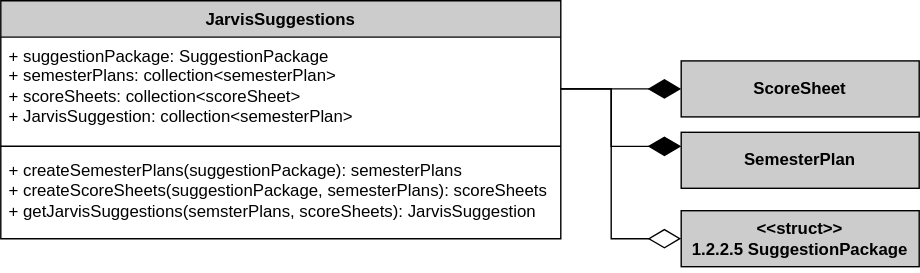
Above: Logic/TeamTwoFiles/JarvisSuggestClass.drawio.svg in MckennahPalmer/CSE430 (draw.io), before the change. Source tidied: cells renumbered, new cells last; positions are measured from the earlier drawing's top-left corner, leaving out a move shared by most shapes.
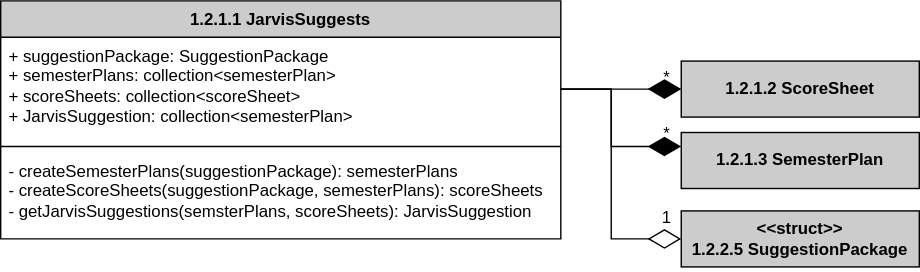
The same diagram one commit later.

Commit message:
Respond to Class Diagram feedback

Diff of the diagram source:
```diff
@@ -2,7 +2,7 @@
   <root>
     <mxCell id="0" />
     <mxCell id="1" parent="0" />
-    <mxCell id="2" value="JarvisSuggestions" style="swimlane;fontStyle=1;align=center;verticalAlign=top;horizontal=1;startSize=26;whiteSpace=wrap;html=1;fillColor=#CCCCCC;" parent="1" vertex="1">
+    <mxCell id="2" value="1.2.1.1 JarvisSuggests" style="swimlane;fontStyle=1;align=center;verticalAlign=top;horizontal=1;startSize=26;whiteSpace=wrap;html=1;fillColor=#CCCCCC;" parent="1" vertex="1">
       <mxGeometry width="400" height="170" as="geometry" />
     </mxCell>
     <mxCell id="3" value="&lt;div&gt;+ suggestionPackage: SuggestionPackage&lt;/div&gt;&lt;div&gt;+ semesterPlans: collection&amp;lt;semesterPlan&amp;gt;&lt;/div&gt;+ scoreSheets: collection&amp;lt;scoreSheet&amp;gt;&lt;div&gt;+ JarvisSuggestion: collection&amp;lt;semesterPlan&amp;gt;&lt;/div&gt;" style="text;strokeColor=none;fillColor=none;align=left;verticalAlign=top;spacingLeft=4;spacingRight=4;overflow=hidden;points=[[0,0.5],[1,0.5]];portConstraint=eastwest;whiteSpace=wrap;html=1;" parent="2" vertex="1">
@@ -11,7 +11,7 @@
     <mxCell id="4" style="line;strokeWidth=1;fillColor=none;align=left;verticalAlign=middle;spacingTop=-1;spacingLeft=3;spacingRight=3;labelPosition=right;strokeColor=inherit;" parent="2" vertex="1">
       <mxGeometry y="100" width="400" height="8" as="geometry" />
     </mxCell>
-    <mxCell id="5" value="&lt;div&gt;+ createSemesterPlans(suggestionPackage): semesterPlans&lt;/div&gt;&lt;div&gt;+ createScoreSheets(&lt;span style=&quot;background-color: initial;&quot;&gt;suggestionPackage, semesterPlans): scoreSheets&amp;nbsp;&lt;/span&gt;&lt;/div&gt;&lt;div&gt;&lt;span style=&quot;background-color: initial;&quot;&gt;+ getJarvisSuggestions(semsterPlans, scoreSheets): JarvisSuggestion&lt;/span&gt;&lt;/div&gt;" style="text;strokeColor=none;fillColor=none;align=left;verticalAlign=top;spacingLeft=4;spacingRight=4;overflow=hidden;whiteSpace=wrap;html=1;" parent="2" vertex="1">
+    <mxCell id="5" value="&lt;div&gt;- createSemesterPlans(suggestionPackage): semesterPlans&lt;/div&gt;&lt;div&gt;- createScoreSheets(&lt;span style=&quot;background-color: initial;&quot;&gt;suggestionPackage, semesterPlans): scoreSheets&amp;nbsp;&lt;/span&gt;&lt;/div&gt;&lt;div&gt;&lt;span style=&quot;background-color: initial;&quot;&gt;- getJarvisSuggestions(semsterPlans, scoreSheets): JarvisSuggestion&lt;/span&gt;&lt;/div&gt;" style="text;strokeColor=none;fillColor=none;align=left;verticalAlign=top;spacingLeft=4;spacingRight=4;overflow=hidden;whiteSpace=wrap;html=1;" parent="2" vertex="1">
       <mxGeometry y="108" width="400" height="62" as="geometry" />
     </mxCell>
     <mxCell id="6" style="edgeStyle=orthogonalEdgeStyle;rounded=0;jettySize=auto;html=1;exitX=1;exitY=0.5;exitDx=0;exitDy=0;entryX=0;entryY=0.5;entryDx=0;entryDy=0;endArrow=diamondThin;endFill=1;endSize=21;" parent="1" edge="1" source="3" target="11">
@@ -36,11 +36,20 @@
         </Array>
       </mxGeometry>
     </mxCell>
-    <mxCell id="10" value="&lt;div&gt;&lt;b style=&quot;background-color: initial;&quot;&gt;SemesterPlan&lt;/b&gt;&lt;br&gt;&lt;/div&gt;" style="rounded=0;whiteSpace=wrap;html=1;fillColor=#CCCCCC;" parent="1" vertex="1">
+    <mxCell id="10" value="&lt;div&gt;&lt;b style=&quot;background-color: initial;&quot;&gt;1.2.1.3 &lt;/b&gt;&lt;b style=&quot;background-color: initial;&quot;&gt;SemesterPlan&lt;/b&gt;&lt;br&gt;&lt;/div&gt;" style="rounded=0;whiteSpace=wrap;html=1;fillColor=#CCCCCC;" parent="1" vertex="1">
       <mxGeometry x="486" y="94" width="170" height="40" as="geometry" />
     </mxCell>
-    <mxCell id="11" value="&lt;b&gt;ScoreSheet&lt;/b&gt;" style="rounded=0;whiteSpace=wrap;html=1;fillColor=#CCCCCC;" parent="1" vertex="1">
+    <mxCell id="11" value="&lt;b&gt;1.2.1.2 &lt;/b&gt;&lt;b&gt;ScoreSheet &lt;br&gt;&lt;/b&gt;" style="rounded=0;whiteSpace=wrap;html=1;fillColor=#CCCCCC;" parent="1" vertex="1">
       <mxGeometry x="486" y="43" width="170" height="40" as="geometry" />
     </mxCell>
+    <mxCell id="12" value="*" style="text;html=1;align=center;verticalAlign=middle;whiteSpace=wrap;rounded=0;" parent="1" vertex="1">
+      <mxGeometry x="446" y="40" width="60" height="30" as="geometry" />
+    </mxCell>
+    <mxCell id="13" value="*" style="text;html=1;align=center;verticalAlign=middle;whiteSpace=wrap;rounded=0;" parent="1" vertex="1">
+      <mxGeometry x="446" y="80" width="60" height="30" as="geometry" />
+    </mxCell>
+    <mxCell id="14" value="1" style="text;html=1;align=center;verticalAlign=middle;whiteSpace=wrap;rounded=0;" parent="1" vertex="1">
+      <mxGeometry x="446" y="140" width="60" height="30" as="geometry" />
+    </mxCell>
   </root>
 </mxGraphModel>
```
